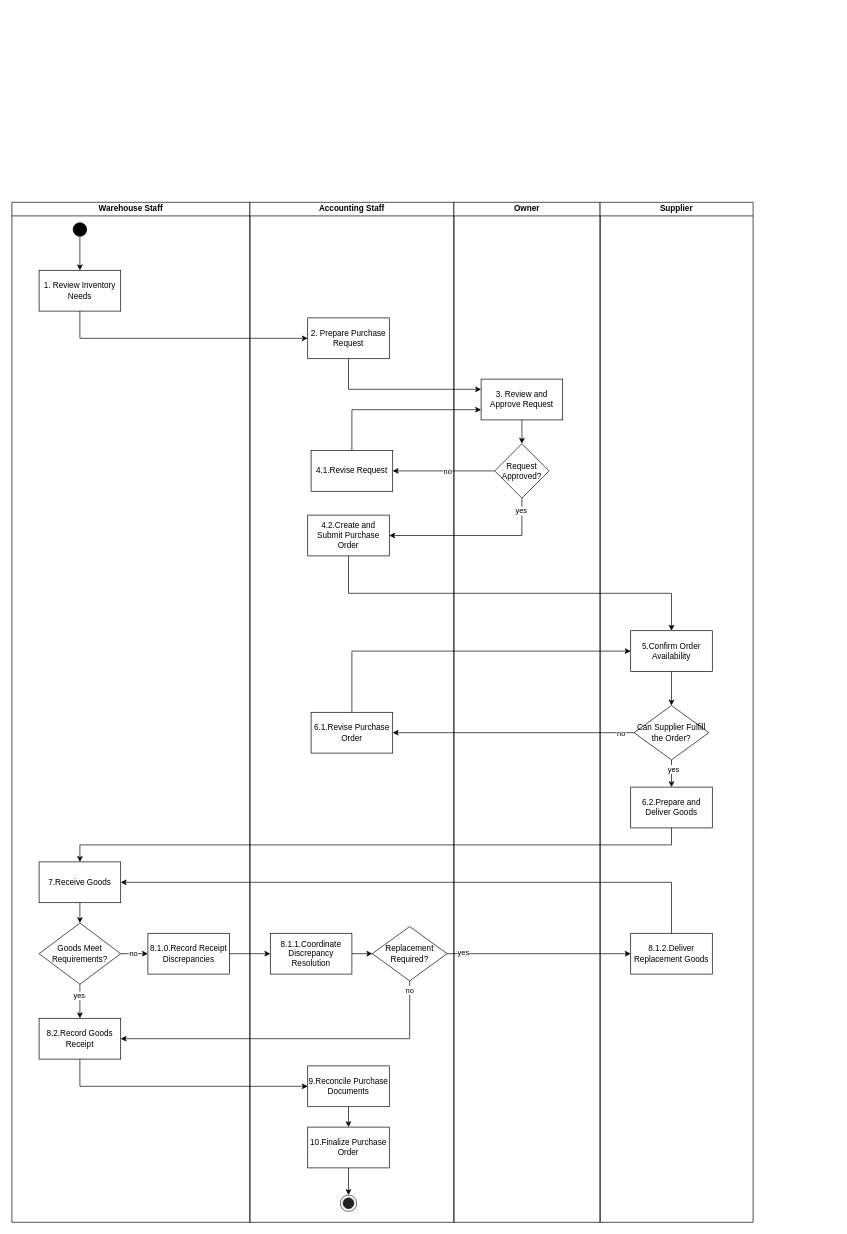
The draw.io diagram page "As-in" (2 of 3) of docs/04_so_do/Business_Process.drawio in minhbach032003/docs_doan, before the edit. Source tidied: cells renumbered, new cells numbered last; positions are measured from the earlier drawing's top-left corner, leaving out a move shared by most shapes. Both pictures are drawn from the tidied source at 68%, with x=0, y=0 at pixel (12, 202).
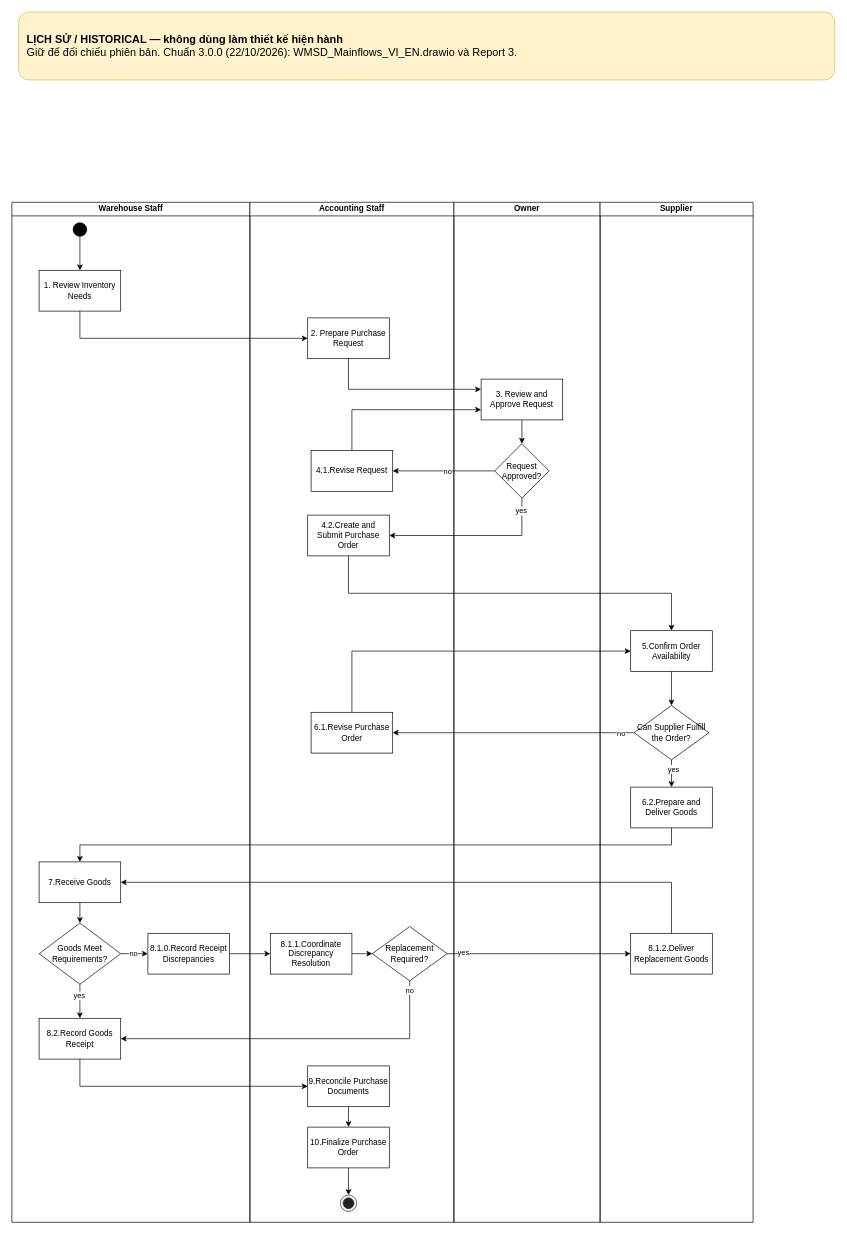
After the change.

Diff of the diagram source:
```diff
@@
+    <mxCell id="59" value="&lt;b&gt;LỊCH SỬ / HISTORICAL — không dùng làm thiết kế hiện hành&lt;/b&gt;&lt;br&gt;Giữ để đối chiếu phiên bản. Chuẩn 3.0.0 (22/10/2026): WMSD_Mainflows_VI_EN.drawio và Report 3." style="rounded=1;whiteSpace=wrap;html=1;fontFamily=Arial;fontSize=16;align=left;spacing=12;fillColor=#fff2cc;strokeColor=#d6b656;" parent="1" vertex="1">
+      <mxGeometry x="10" y="-280" width="1200" height="100" as="geometry" />
+    </mxCell>
```
